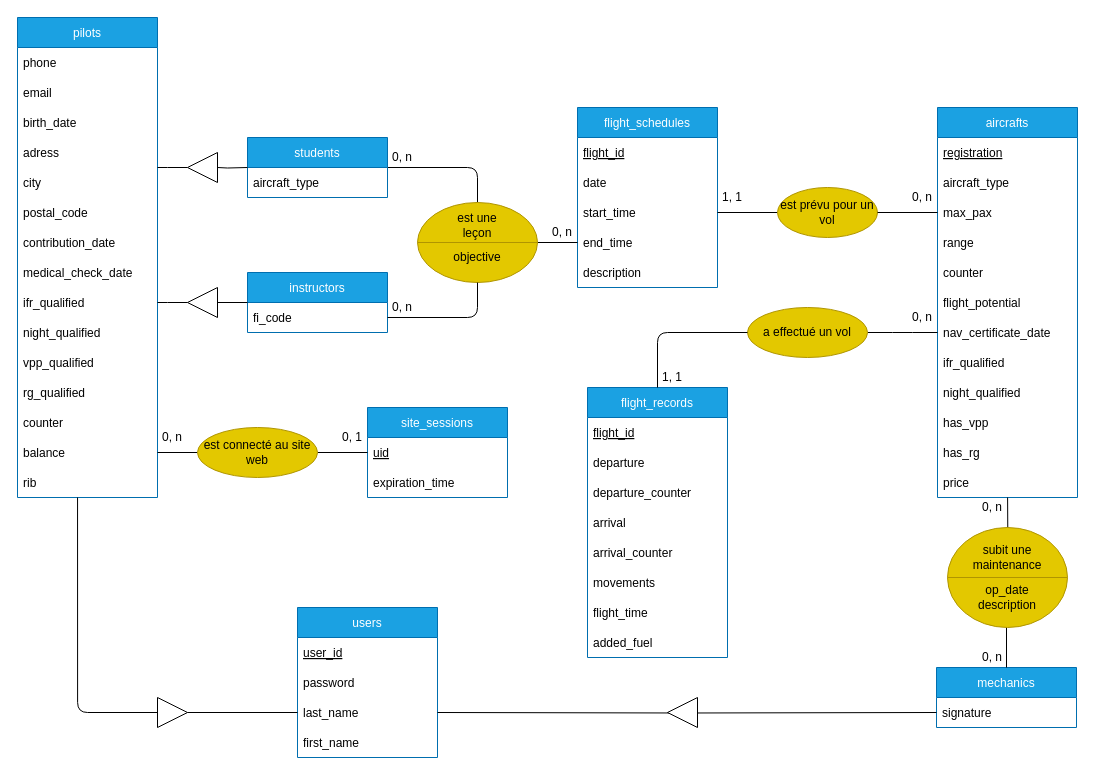
benjaminpmd/AirPlanner keeps this draw.io diagram as docs/schema_ea.drawio. Above is the earlier version. Source tidied: cells renumbered, new cells numbered last; positions are measured from the earlier drawing's top-left corner, leaving out a move shared by most shapes. Both pictures are drawn from the tidied source at 100%, with x=0, y=0 at pixel (17, 17).
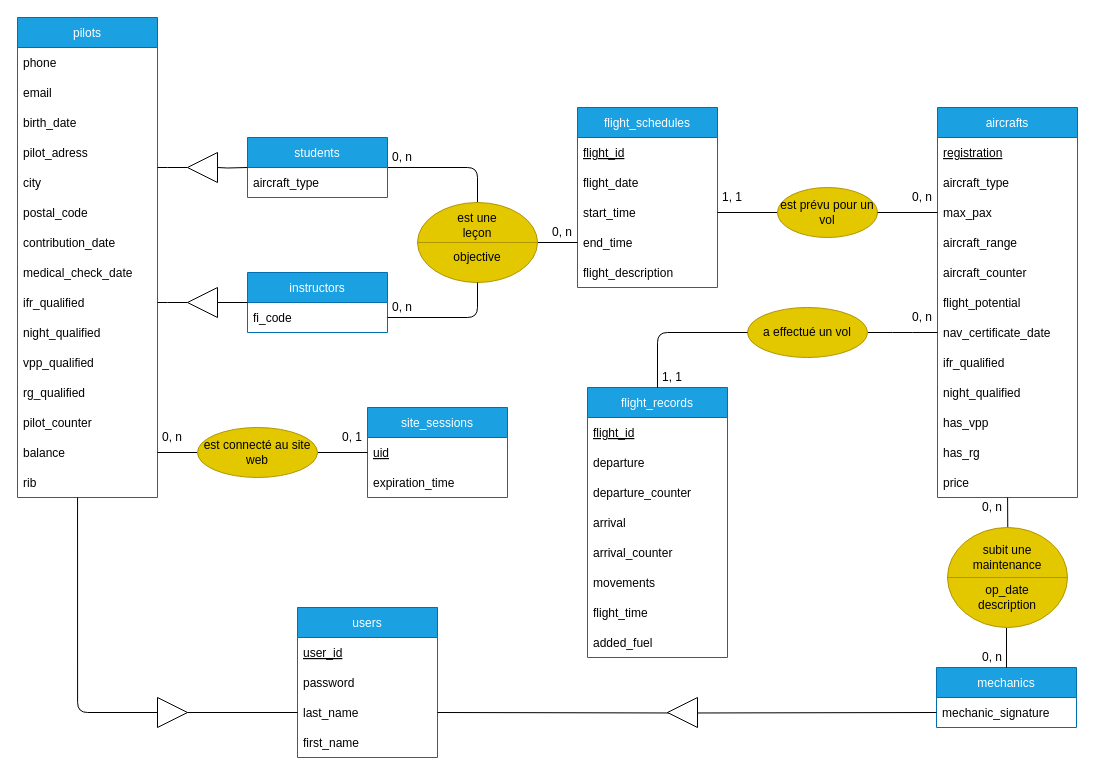
Above is the later version.

Unchanged cells that the change refers to:
```xml
<mxCell id="2" value="pilots" style="swimlane;fontStyle=0;horizontal=1;startSize=30;fillColor=#1ba1e2;strokeColor=#006EAF;fontColor=#ffffff;" parent="1" vertex="1">
  <mxGeometry width="140" height="480" as="geometry" />
</mxCell>
<mxCell id="24" value="mechanics" style="swimlane;fontStyle=0;horizontal=1;startSize=30;fillColor=#1ba1e2;strokeColor=#006EAF;fontColor=#ffffff;" parent="1" vertex="1">
  <mxGeometry x="919" y="650" width="140" height="60" as="geometry" />
</mxCell>
<mxCell id="26" value="aircrafts" style="swimlane;fontStyle=0;horizontal=1;startSize=30;fillColor=#1ba1e2;strokeColor=#006EAF;fontColor=#ffffff;" parent="1" vertex="1">
  <mxGeometry x="920" y="90" width="140" height="390" as="geometry" />
</mxCell>
<mxCell id="39" value="flight_schedules" style="swimlane;fontStyle=0;horizontal=1;startSize=30;fillColor=#1ba1e2;strokeColor=#006EAF;fontColor=#ffffff;" parent="1" vertex="1">
  <mxGeometry x="560" y="90" width="140" height="180" as="geometry" />
</mxCell>
```

The edit, as a diff of the source:
```diff
@@
-    <mxCell id="6" value="adress" style="text;strokeColor=none;fillColor=none;align=left;verticalAlign=middle;spacingLeft=4;spacingRight=4;overflow=hidden;" parent="2" vertex="1">
+    <mxCell id="6" value="pilot_adress" style="text;strokeColor=none;fillColor=none;align=left;verticalAlign=middle;spacingLeft=4;spacingRight=4;overflow=hidden;" parent="2" vertex="1">
       <mxGeometry y="120" width="140" height="30" as="geometry" />
     </mxCell>
@@
-    <mxCell id="15" value="counter" style="text;strokeColor=none;fillColor=none;align=left;verticalAlign=middle;spacingLeft=4;spacingRight=4;overflow=hidden;" parent="2" vertex="1">
+    <mxCell id="15" value="pilot_counter" style="text;strokeColor=none;fillColor=none;align=left;verticalAlign=middle;spacingLeft=4;spacingRight=4;overflow=hidden;" parent="2" vertex="1">
       <mxGeometry y="390" width="140" height="30" as="geometry" />
     </mxCell>
@@
-    <mxCell id="25" value="signature" style="text;strokeColor=none;fillColor=none;align=left;verticalAlign=middle;spacingLeft=4;spacingRight=4;overflow=hidden;" parent="24" vertex="1">
+    <mxCell id="25" value="mechanic_signature" style="text;strokeColor=none;fillColor=none;align=left;verticalAlign=middle;spacingLeft=4;spacingRight=4;overflow=hidden;" parent="24" vertex="1">
       <mxGeometry y="30" width="140" height="30" as="geometry" />
     </mxCell>
@@
-    <mxCell id="30" value="range" style="text;strokeColor=none;fillColor=none;align=left;verticalAlign=middle;spacingLeft=4;spacingRight=4;overflow=hidden;" parent="26" vertex="1">
+    <mxCell id="30" value="aircraft_range" style="text;strokeColor=none;fillColor=none;align=left;verticalAlign=middle;spacingLeft=4;spacingRight=4;overflow=hidden;" parent="26" vertex="1">
       <mxGeometry y="120" width="140" height="30" as="geometry" />
     </mxCell>
-    <mxCell id="31" value="counter" style="text;strokeColor=none;fillColor=none;align=left;verticalAlign=middle;spacingLeft=4;spacingRight=4;overflow=hidden;" parent="26" vertex="1">
+    <mxCell id="31" value="aircraft_counter" style="text;strokeColor=none;fillColor=none;align=left;verticalAlign=middle;spacingLeft=4;spacingRight=4;overflow=hidden;" parent="26" vertex="1">
       <mxGeometry y="150" width="140" height="30" as="geometry" />
     </mxCell>
@@
-    <mxCell id="41" value="date" style="text;strokeColor=none;fillColor=none;align=left;verticalAlign=middle;spacingLeft=4;spacingRight=4;overflow=hidden;" parent="39" vertex="1">
+    <mxCell id="41" value="flight_date" style="text;strokeColor=none;fillColor=none;align=left;verticalAlign=middle;spacingLeft=4;spacingRight=4;overflow=hidden;" parent="39" vertex="1">
       <mxGeometry y="60" width="140" height="30" as="geometry" />
     </mxCell>
@@
-    <mxCell id="44" value="description" style="text;strokeColor=none;fillColor=none;align=left;verticalAlign=middle;spacingLeft=4;spacingRight=4;overflow=hidden;" parent="39" vertex="1">
+    <mxCell id="44" value="flight_description" style="text;strokeColor=none;fillColor=none;align=left;verticalAlign=middle;spacingLeft=4;spacingRight=4;overflow=hidden;" parent="39" vertex="1">
       <mxGeometry y="150" width="140" height="30" as="geometry" />
     </mxCell>
```
